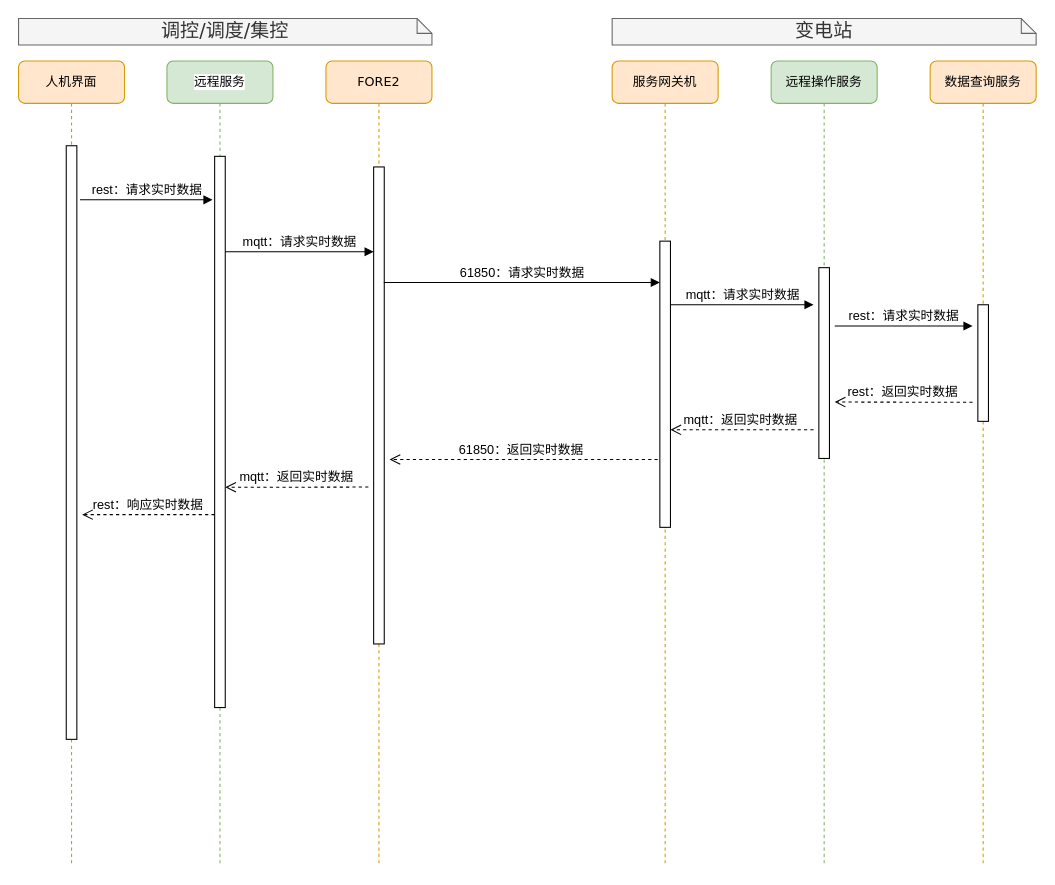
Earlier version of the draw.io diagram page "实时数据调阅" (2 of 4) of 远程服务.drawio (qwe995272801/taowenxiang). Source tidied: cells renumbered, new cells numbered last; positions are measured from the earlier drawing's top-left corner, leaving out a move shared by most shapes. Both pictures are drawn from the tidied source at 106%, with x=0, y=0 at pixel (18, 18).
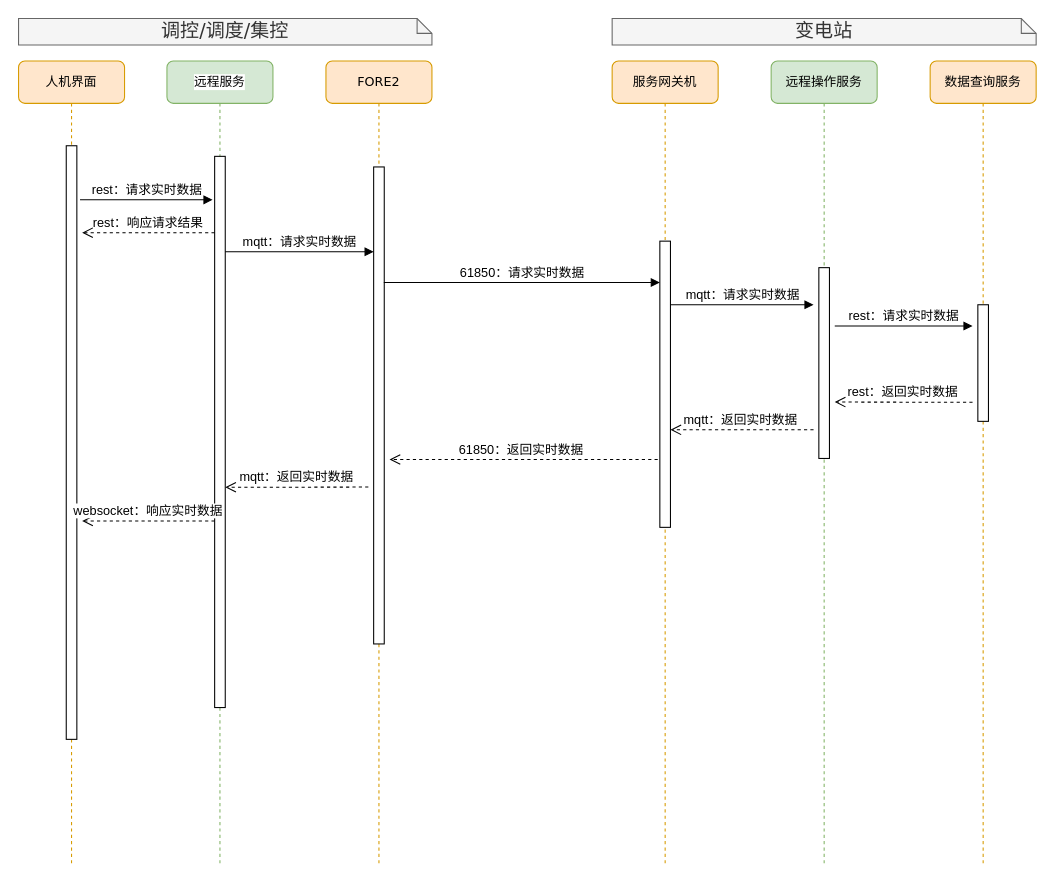
After the change.

The edit, as a diff of the source:
```diff
@@
-    <mxCell id="18" value="rest：响应实时数据" style="html=1;verticalAlign=bottom;endArrow=open;dashed=1;endSize=8;fontFamily=Helvetica;fontSize=12;" parent="1" edge="1">
+    <mxCell id="18" value="websocket：响应实时数据" style="html=1;verticalAlign=bottom;endArrow=open;dashed=1;endSize=8;fontFamily=Helvetica;fontSize=12;" parent="1" edge="1">
       <mxGeometry relative="1" as="geometry">
-        <mxPoint x="185" y="468" as="sourcePoint" />
-        <mxPoint x="60" y="468" as="targetPoint" />
+        <mxPoint x="185" y="474" as="sourcePoint" />
+        <mxPoint x="60" y="474" as="targetPoint" />
       </mxGeometry>
     </mxCell>
@@
+    <mxCell id="26" value="rest：响应请求结果" style="html=1;verticalAlign=bottom;endArrow=open;dashed=1;endSize=8;fontFamily=Helvetica;fontSize=12;" parent="1" edge="1">
+      <mxGeometry relative="1" as="geometry">
+        <mxPoint x="185" y="202" as="sourcePoint" />
+        <mxPoint x="60" y="202" as="targetPoint" />
+      </mxGeometry>
+    </mxCell>
```
